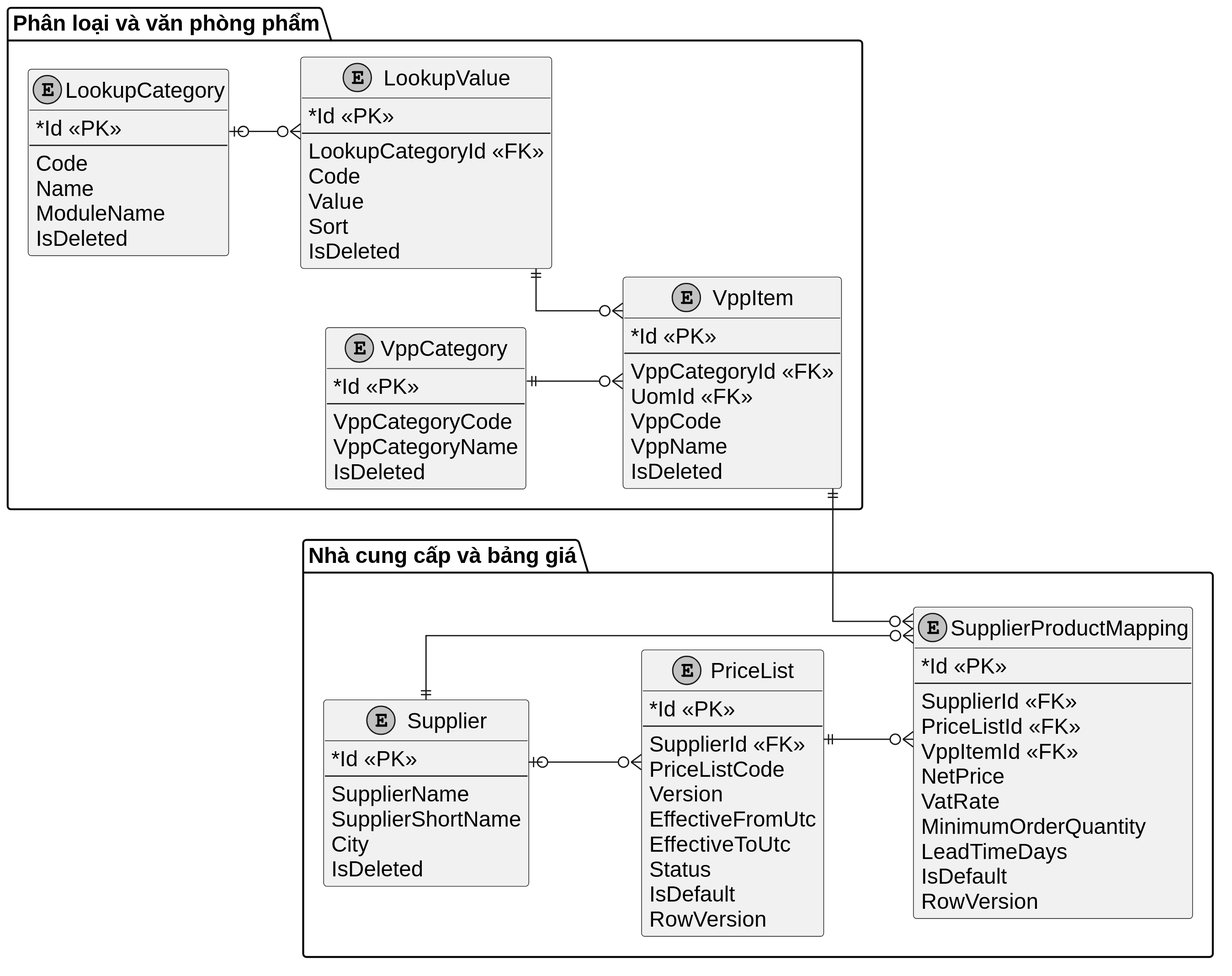
Miikey24s/gtas_vpp keeps this PlantUML diagram as LVTN/diagrams/ch03/data-models/03-logical-catalog-pricing.svg. Above is the earlier version.
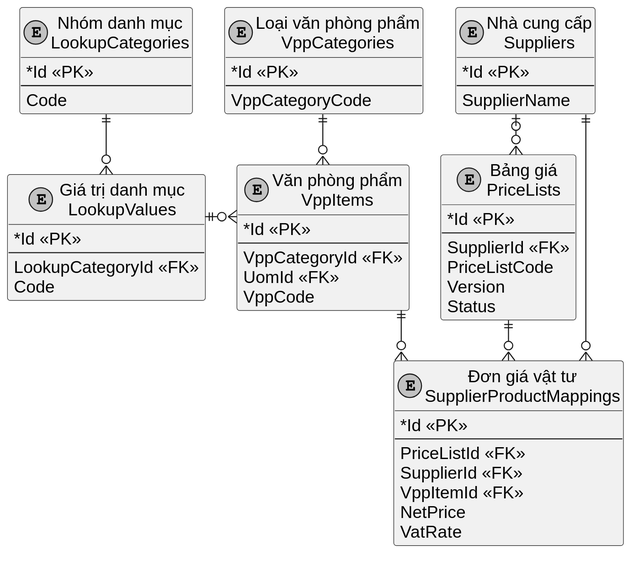
After the commit.

Diff of the diagram source:
```diff
@@ -1,105 +1,79 @@
 @startuml
-left to right direction
+top to bottom direction
 skinparam backgroundColor white
-skinparam dpi 192
+skinparam dpi 160
 skinparam defaultFontName Arial
-skinparam defaultFontSize 17
+skinparam defaultFontSize 16
 skinparam monochrome true
 skinparam shadowing false
 skinparam linetype ortho
-skinparam nodesep 46
-skinparam ranksep 56
+skinparam nodesep 30
+skinparam ranksep 38
 skinparam classAttributeIconSize 0
 hide methods
 
-package "Phân loại và văn phòng phẩm" {
-  entity "LookupCategory" as LookupCategory {
-    * Id <<PK>>
-    --
-    Code
-    Name
-    ModuleName
-    IsDeleted
-  }
-
-  entity "LookupValue" as LookupValue {
-    * Id <<PK>>
-    --
-    LookupCategoryId <<FK>>
-    Code
-    Value
-    Sort
-    IsDeleted
-  }
-
-  entity "VppCategory" as VppCategory {
-    * Id <<PK>>
-    --
-    VppCategoryCode
-    VppCategoryName
-    IsDeleted
-  }
-
-  entity "VppItem" as VppItem {
-    * Id <<PK>>
-    --
-    VppCategoryId <<FK>>
-    UomId <<FK>>
-    VppCode
-    VppName
-    IsDeleted
-  }
+entity "Nhóm danh mục\nLookupCategories" as LookupCategory {
+  * Id <<PK>>
+  --
+  Code
 }
 
-package "Nhà cung cấp và bảng giá" {
-  entity "Supplier" as Supplier {
-    * Id <<PK>>
-    --
-    SupplierName
-    SupplierShortName
-    City
-    IsDeleted
-  }
-
-  entity "PriceList" as PriceList {
-    * Id <<PK>>
-    --
-    SupplierId <<FK>>
-    PriceListCode
-    Version
-    EffectiveFromUtc
-    EffectiveToUtc
-    Status
-    IsDefault
-    RowVersion
-  }
-
-  entity "SupplierProductMapping" as PriceItem {
-    * Id <<PK>>
-    --
-    SupplierId <<FK>>
-    PriceListId <<FK>>
-    VppItemId <<FK>>
-    NetPrice
-    VatRate
-    MinimumOrderQuantity
-    LeadTimeDays
-    IsDefault
-    RowVersion
-  }
+entity "Giá trị danh mục\nLookupValues" as LookupValue {
+  * Id <<PK>>
+  --
+  LookupCategoryId <<FK>>
+  Code
 }
 
-LookupCategory |o--o{ LookupValue
-LookupValue ||--o{ VppItem
-VppCategory ||--o{ VppItem
+entity "Loại văn phòng phẩm\nVppCategories" as Category {
+  * Id <<PK>>
+  --
+  VppCategoryCode
+}
+
+entity "Văn phòng phẩm\nVppItems" as Item {
+  * Id <<PK>>
+  --
+  VppCategoryId <<FK>>
+  UomId <<FK>>
+  VppCode
+}
+
+entity "Nhà cung cấp\nSuppliers" as Supplier {
+  * Id <<PK>>
+  --
+  SupplierName
+}
+
+entity "Bảng giá\nPriceLists" as PriceList {
+  * Id <<PK>>
+  --
+  SupplierId <<FK>>
+  PriceListCode
+  Version
+  Status
+}
+
+entity "Đơn giá vật tư\nSupplierProductMappings" as PriceItem {
+  * Id <<PK>>
+  --
+  PriceListId <<FK>>
+  SupplierId <<FK>>
+  VppItemId <<FK>>
+  NetPrice
+  VatRate
+}
+
+LookupCategory ||--o{ LookupValue
+LookupValue ||--o{ Item
+Category ||--o{ Item
 Supplier |o--o{ PriceList
 Supplier ||--o{ PriceItem
 PriceList ||--o{ PriceItem
-VppItem ||--o{ PriceItem
+Item ||--o{ PriceItem
 
-LookupCategory -[hidden]down- LookupValue
-LookupValue -[hidden]down- VppItem
-VppCategory -[hidden]down- VppItem
-Supplier -[hidden]down- PriceList
-PriceList -[hidden]down- PriceItem
+LookupCategory -[hidden]right- Category
+Category -[hidden]right- Supplier
+LookupValue -[hidden]right- Item
+Item -[hidden]right- PriceList
 @enduml
```
